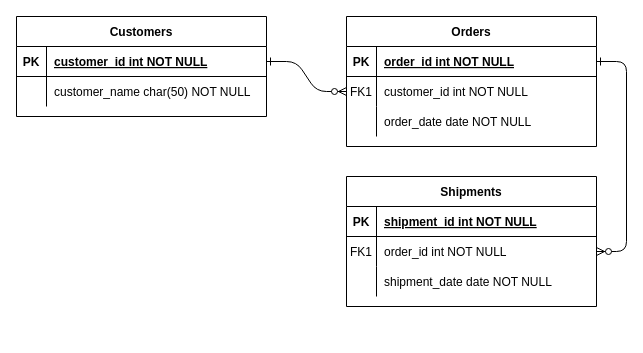
Before: Untitled Diagram.drawio in Harry84/DevOps-Core-Fundamental-Project, a draw.io diagram. Source tidied: cells renumbered, new cells numbered last; positions are measured from the earlier drawing's top-left corner, leaving out a move shared by most shapes. Both pictures are drawn from the tidied source at 100%, with x=0, y=0 at pixel (16, 16).
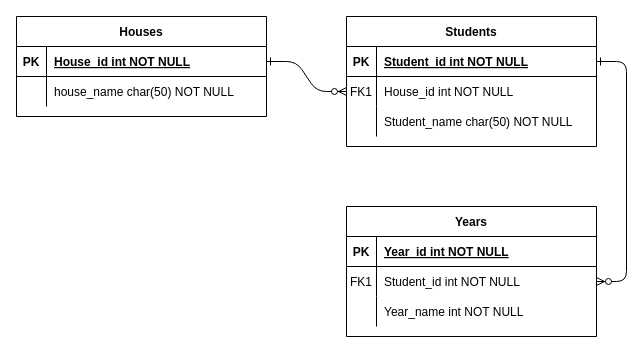
The same page after the edit.

Commit message:
Update Hogwarts House Assignment ERD.drawio

Unchanged cells that the change refers to:
```xml
<mxCell id="5" style="shape=partialRectangle;fillColor=none;points=[[0,0.5],[1,0.5]];portConstraint=eastwest;top=0;left=0;right=0;bottom=1;" parent="4" vertex="1">
  <mxGeometry y="30" width="250" height="30" as="geometry" />
</mxCell>
<mxCell id="8" style="shape=partialRectangle;fillColor=none;points=[[0,0.5],[1,0.5]];portConstraint=eastwest;top=0;left=0;right=0;bottom=0;" parent="4" vertex="1">
  <mxGeometry y="60" width="250" height="30" as="geometry" />
</mxCell>
<mxCell id="11" style="shape=partialRectangle;fillColor=none;top=0;left=0;right=0;bottom=0;" parent="4" vertex="1">
  <mxGeometry y="90" width="250" height="30" as="geometry" />
</mxCell>
<mxCell id="15" style="shape=partialRectangle;fillColor=none;top=0;left=0;right=0;bottom=1;" parent="14" vertex="1">
  <mxGeometry y="30" width="250" height="30" as="geometry" />
</mxCell>
<mxCell id="18" style="shape=partialRectangle;fillColor=none;points=[[0,0.5],[1,0.5]];portConstraint=eastwest;top=0;left=0;right=0;bottom=0;" parent="14" vertex="1">
  <mxGeometry y="60" width="250" height="30" as="geometry" />
</mxCell>
<mxCell id="21" style="shape=partialRectangle;fillColor=none;top=0;left=0;right=0;bottom=0;" parent="14" vertex="1">
  <mxGeometry y="90" width="250" height="30" as="geometry" />
</mxCell>
<mxCell id="25" style="shape=partialRectangle;fillColor=none;points=[[0,0.5],[1,0.5]];portConstraint=eastwest;top=0;left=0;right=0;bottom=1;" parent="24" vertex="1">
  <mxGeometry y="30" width="250" height="30" as="geometry" />
</mxCell>
<mxCell id="28" style="shape=partialRectangle;fillColor=none;top=0;left=0;right=0;bottom=0;" parent="24" vertex="1">
  <mxGeometry y="60" width="250" height="30" as="geometry" />
</mxCell>
```

Change to the diagram source:
```diff
@@
-    <mxCell id="4" value="Orders" style="shape=table;startSize=30;childLayout=tableLayout;rowLines=0;fontStyle=1;align=center;" parent="1" vertex="1">
+    <mxCell id="4" value="Students" style="shape=table;startSize=30;childLayout=tableLayout;rowLines=0;fontStyle=1;align=center;" parent="1" vertex="1">
       <mxGeometry x="330" width="250" height="130" as="geometry" />
     </mxCell>
@@
-    <mxCell id="7" value="order_id int NOT NULL " style="shape=partialRectangle;overflow=hidden;fillColor=none;top=0;left=0;bottom=0;right=0;align=left;spacingLeft=6;fontStyle=5;" parent="5" vertex="1">
+    <mxCell id="7" value="Student_id int NOT NULL " style="shape=partialRectangle;overflow=hidden;fillColor=none;top=0;left=0;bottom=0;right=0;align=left;spacingLeft=6;fontStyle=5;" parent="5" vertex="1">
       <mxGeometry x="30" width="220" height="30" as="geometry" />
     </mxCell>
@@
-    <mxCell id="10" value="customer_id int NOT NULL" style="shape=partialRectangle;overflow=hidden;fillColor=none;top=0;left=0;bottom=0;right=0;align=left;spacingLeft=6;" parent="8" vertex="1">
+    <mxCell id="10" value="House_id int NOT NULL" style="shape=partialRectangle;overflow=hidden;fillColor=none;top=0;left=0;bottom=0;right=0;align=left;spacingLeft=6;" parent="8" vertex="1">
       <mxGeometry x="30" width="220" height="30" as="geometry" />
     </mxCell>
@@
-    <mxCell id="13" value="order_date date NOT NULL" style="shape=partialRectangle;overflow=hidden;fillColor=none;top=0;left=0;bottom=0;right=0;align=left;spacingLeft=6;" parent="11" vertex="1">
+    <mxCell id="13" value="Student_name char(50) NOT NULL" style="shape=partialRectangle;overflow=hidden;fillColor=none;top=0;left=0;bottom=0;right=0;align=left;spacingLeft=6;" parent="11" vertex="1">
       <mxGeometry x="30" width="220" height="30" as="geometry" />
     </mxCell>
-    <mxCell id="14" value="Shipments" style="shape=table;startSize=30;childLayout=tableLayout;rowLines=0;fontStyle=1;align=center;" parent="1" vertex="1">
-      <mxGeometry x="330" y="160" width="250" height="130" as="geometry" />
+    <mxCell id="14" value="Years" style="shape=table;startSize=30;childLayout=tableLayout;rowLines=0;fontStyle=1;align=center;" parent="1" vertex="1">
+      <mxGeometry x="330" y="190" width="250" height="130" as="geometry" />
     </mxCell>
@@
-    <mxCell id="17" value="shipment_id int NOT NULL " style="shape=partialRectangle;overflow=hidden;fillColor=none;top=0;left=0;bottom=0;right=0;align=left;spacingLeft=6;fontStyle=5;" parent="15" vertex="1">
+    <mxCell id="17" value="Year_id int NOT NULL " style="shape=partialRectangle;overflow=hidden;fillColor=none;top=0;left=0;bottom=0;right=0;align=left;spacingLeft=6;fontStyle=5;" parent="15" vertex="1">
       <mxGeometry x="30" width="220" height="30" as="geometry" />
     </mxCell>
@@
-    <mxCell id="20" value="order_id int NOT NULL" style="shape=partialRectangle;overflow=hidden;fillColor=none;top=0;left=0;bottom=0;right=0;align=left;spacingLeft=6;" parent="18" vertex="1">
+    <mxCell id="20" value="Student_id int NOT NULL" style="shape=partialRectangle;overflow=hidden;fillColor=none;top=0;left=0;bottom=0;right=0;align=left;spacingLeft=6;" parent="18" vertex="1">
       <mxGeometry x="30" width="220" height="30" as="geometry" />
     </mxCell>
@@
-    <mxCell id="23" value="shipment_date date NOT NULL" style="shape=partialRectangle;overflow=hidden;fillColor=none;top=0;left=0;bottom=0;right=0;align=left;spacingLeft=6;" parent="21" vertex="1">
+    <mxCell id="23" value="Year_name int NOT NULL" style="shape=partialRectangle;overflow=hidden;fillColor=none;top=0;left=0;bottom=0;right=0;align=left;spacingLeft=6;" parent="21" vertex="1">
       <mxGeometry x="30" width="220" height="30" as="geometry" />
     </mxCell>
-    <mxCell id="24" value="Customers" style="shape=table;startSize=30;childLayout=tableLayout;rowLines=0;fontStyle=1;align=center;" parent="1" vertex="1">
+    <mxCell id="24" value="Houses" style="shape=table;startSize=30;childLayout=tableLayout;rowLines=0;fontStyle=1;align=center;" parent="1" vertex="1">
       <mxGeometry width="250" height="100" as="geometry" />
     </mxCell>
@@
-    <mxCell id="27" value="customer_id int NOT NULL " style="shape=partialRectangle;overflow=hidden;fillColor=none;top=0;left=0;bottom=0;right=0;align=left;spacingLeft=6;fontStyle=5;" parent="25" vertex="1">
+    <mxCell id="27" value="House_id int NOT NULL " style="shape=partialRectangle;overflow=hidden;fillColor=none;top=0;left=0;bottom=0;right=0;align=left;spacingLeft=6;fontStyle=5;" parent="25" vertex="1">
       <mxGeometry x="30" width="220" height="30" as="geometry" />
     </mxCell>
@@
-    <mxCell id="30" value="customer_name char(50) NOT NULL" style="shape=partialRectangle;overflow=hidden;fillColor=none;top=0;left=0;bottom=0;right=0;align=left;spacingLeft=6;" parent="28" vertex="1">
+    <mxCell id="30" value="house_name char(50) NOT NULL" style="shape=partialRectangle;overflow=hidden;fillColor=none;top=0;left=0;bottom=0;right=0;align=left;spacingLeft=6;" parent="28" vertex="1">
       <mxGeometry x="30" width="220" height="30" as="geometry" />
     </mxCell>
```
